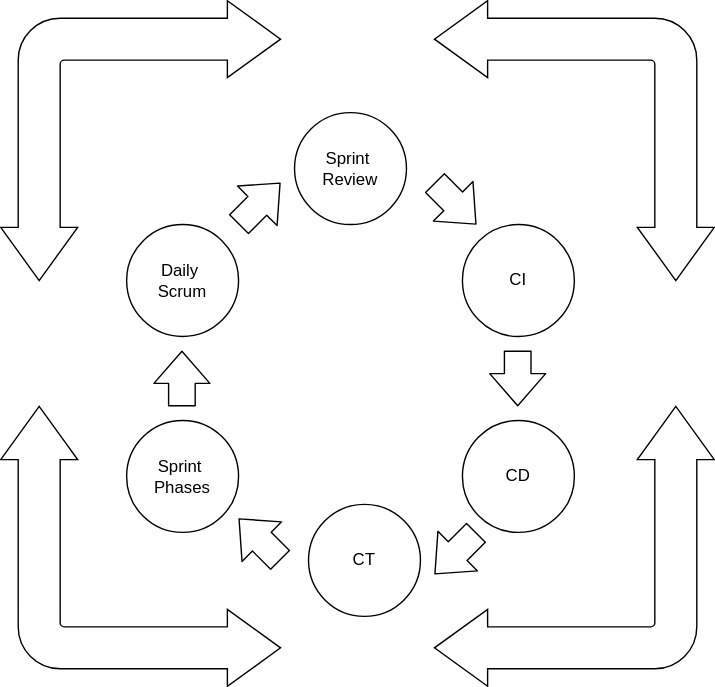
Above: method.svg in nadiaasrin/neddo (draw.io), before the change. Source tidied: cells renumbered, new cells last; positions are measured from the earlier drawing's top-left corner, leaving out a move shared by most shapes.
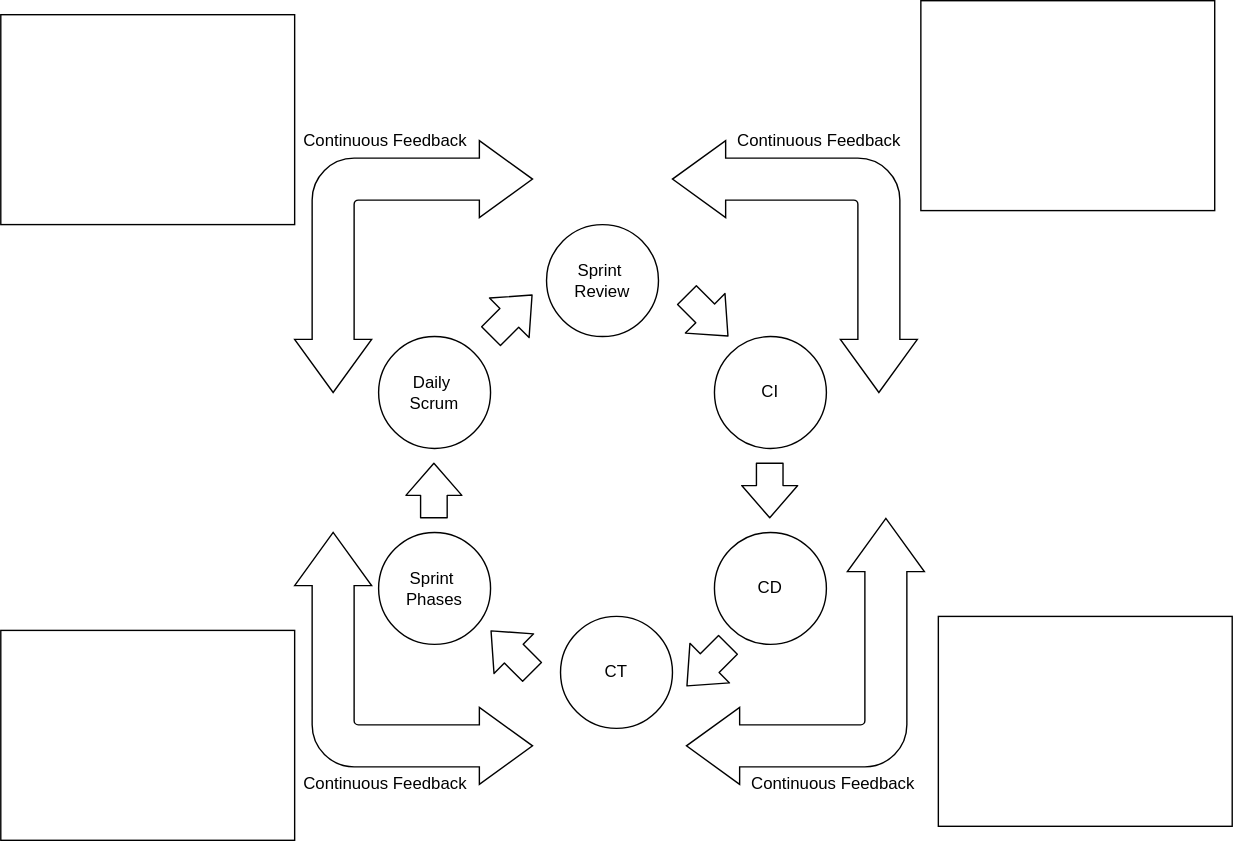
The same diagram one commit later.

Diff of the diagram source:
```diff
@@ -57,16 +57,40 @@
       </mxGeometry>
     </mxCell>
     <mxCell id="14" style="html=1;shadow=0;dashed=0;align=center;verticalAlign=middle;shape=mxgraph.arrows2.bendDoubleArrow;dy=15;dx=38;arrowHead=55;rounded=1;rotation=90;" parent="1" vertex="1">
-      <mxGeometry x="310" width="200" height="200" as="geometry" />
+      <mxGeometry x="297.5" y="22.5" width="180" height="175" as="geometry" />
     </mxCell>
     <mxCell id="15" style="html=1;shadow=0;dashed=0;align=center;verticalAlign=middle;shape=mxgraph.arrows2.bendDoubleArrow;dy=15;dx=38;arrowHead=55;rounded=1;rotation=-90;" parent="1" vertex="1">
-      <mxGeometry y="290" width="200" height="200" as="geometry" />
+      <mxGeometry x="25" y="305" width="180" height="170" as="geometry" />
     </mxCell>
     <mxCell id="16" style="html=1;shadow=0;dashed=0;align=center;verticalAlign=middle;shape=mxgraph.arrows2.bendDoubleArrow;dy=15;dx=38;arrowHead=55;rounded=1;rotation=-180;" parent="1" vertex="1">
-      <mxGeometry x="310" y="290" width="200" height="200" as="geometry" />
+      <mxGeometry x="310" y="290" width="170" height="190" as="geometry" />
     </mxCell>
     <mxCell id="17" style="html=1;shadow=0;dashed=0;align=center;verticalAlign=middle;shape=mxgraph.arrows2.bendDoubleArrow;dy=15;dx=38;arrowHead=55;rounded=1;rotation=0;" parent="1" vertex="1">
-      <mxGeometry width="200" height="200" as="geometry" />
+      <mxGeometry x="30" y="20" width="170" height="180" as="geometry" />
     </mxCell>
+    <mxCell id="18" value="Continuous Feedback" style="text;html=1;strokeColor=none;fillColor=none;align=center;verticalAlign=middle;whiteSpace=wrap;rounded=0;" parent="1" vertex="1">
+      <mxGeometry x="30" y="10" width="130" height="20" as="geometry" />
+    </mxCell>
+    <mxCell id="19" value="Continuous Feedback" style="text;html=1;strokeColor=none;fillColor=none;align=center;verticalAlign=middle;whiteSpace=wrap;rounded=0;" parent="1" vertex="1">
+      <mxGeometry x="340" y="10" width="130" height="20" as="geometry" />
+    </mxCell>
+    <mxCell id="20" value="Continuous Feedback" style="text;html=1;strokeColor=none;fillColor=none;align=center;verticalAlign=middle;whiteSpace=wrap;rounded=0;" parent="1" vertex="1">
+      <mxGeometry x="30" y="470" width="130" height="20" as="geometry" />
+    </mxCell>
+    <mxCell id="21" value="Continuous Feedback" style="text;html=1;strokeColor=none;fillColor=none;align=center;verticalAlign=middle;whiteSpace=wrap;rounded=0;" parent="1" vertex="1">
+      <mxGeometry x="350" y="470" width="130" height="20" as="geometry" />
+    </mxCell>
+    <mxCell id="22" style="rounded=0;whiteSpace=wrap;html=1;" parent="1" vertex="1">
+      <mxGeometry x="-180" y="-70" width="210" height="150" as="geometry" />
+    </mxCell>
+    <mxCell id="23" style="rounded=0;whiteSpace=wrap;html=1;" parent="1" vertex="1">
+      <mxGeometry x="-180" y="370" width="210" height="150" as="geometry" />
+    </mxCell>
+    <mxCell id="24" style="rounded=0;whiteSpace=wrap;html=1;" parent="1" vertex="1">
+      <mxGeometry x="477.5" y="-80" width="210" height="150" as="geometry" />
+    </mxCell>
+    <mxCell id="25" style="rounded=0;whiteSpace=wrap;html=1;" parent="1" vertex="1">
+      <mxGeometry x="490" y="360" width="210" height="150" as="geometry" />
+    </mxCell>
   </root>
 </mxGraphModel>
```
